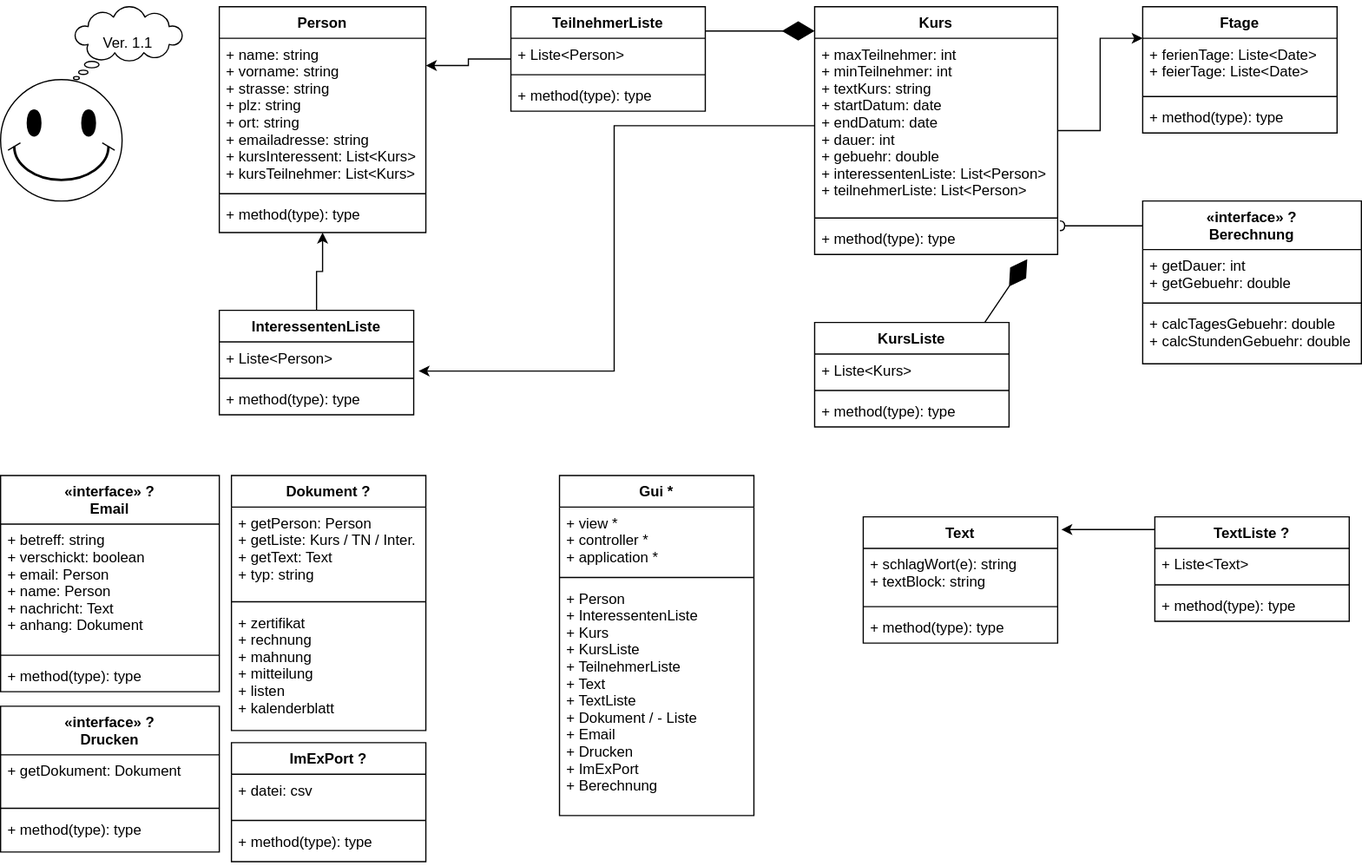
Before: doc/plan01.1.svg, a diagram exported from draw.io (ennouali2014/SWE-M07). Source tidied: cells renumbered, new cells last; positions are measured from the earlier drawing's top-left corner, leaving out a move shared by most shapes.
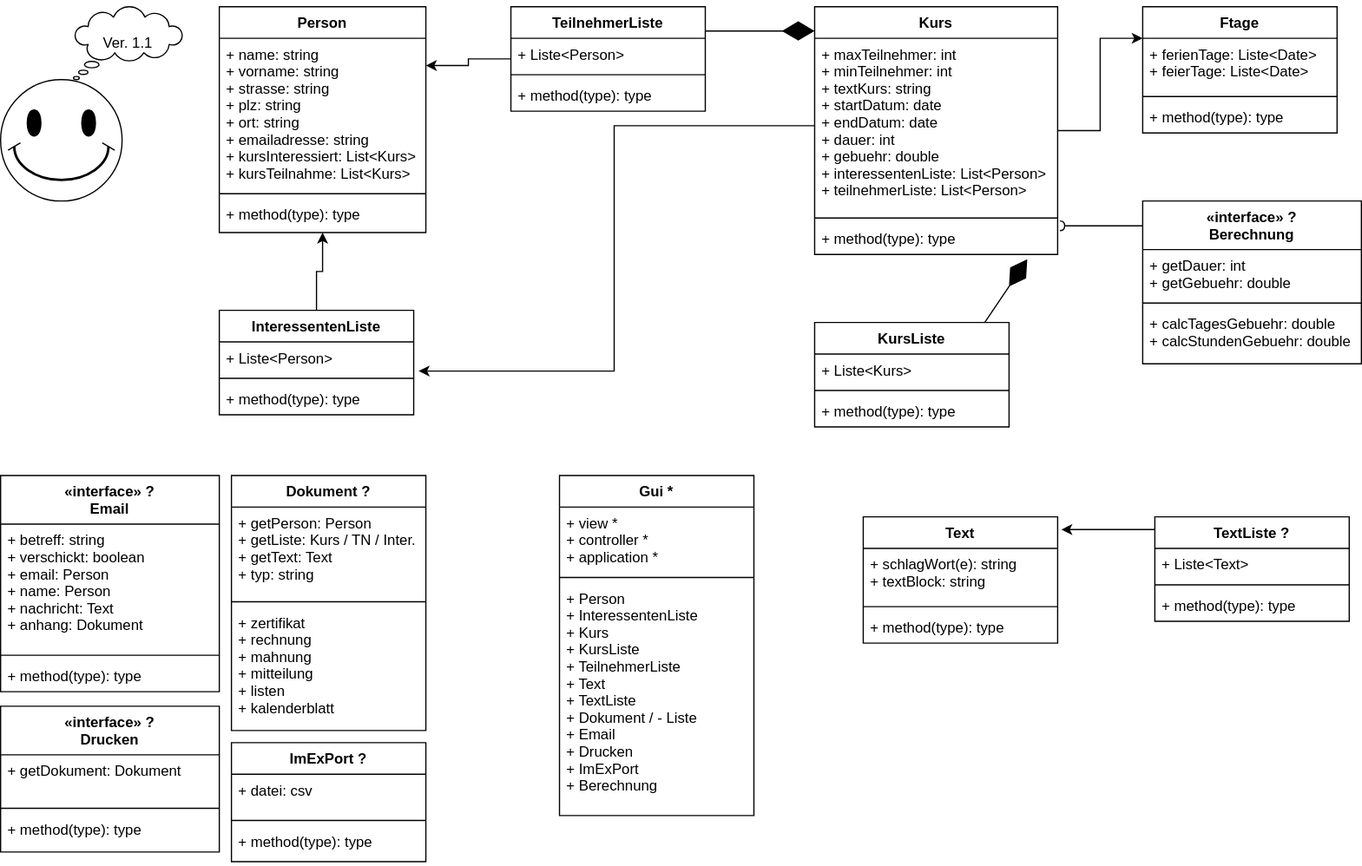
The same file after the commit.

Commit message:
Änderung Plan und update Person

Diff of the diagram source:
```diff
@@ -8,7 +8,7 @@
     <mxCell id="3" value="Person" style="swimlane;fontStyle=1;align=center;verticalAlign=top;horizontal=1;startSize=26;" parent="1" vertex="1">
       <mxGeometry x="180" width="170" height="186" as="geometry" />
     </mxCell>
-    <mxCell id="4" value="+ name: string&#10;+ vorname: string&#10;+ strasse: string&#10;+ plz: string&#10;+ ort: string&#10;+ emailadresse: string&#10;+ kursInteressent: List&lt;Kurs&gt;&#10;+ kursTeilnehmer: List&lt;Kurs&gt;" style="text;strokeColor=none;fillColor=none;align=left;verticalAlign=top;spacingLeft=4;spacingRight=4;overflow=hidden;points=[[0,0.5],[1,0.5]];portConstraint=eastwest;" parent="3" vertex="1">
+    <mxCell id="4" value="+ name: string&#10;+ vorname: string&#10;+ strasse: string&#10;+ plz: string&#10;+ ort: string&#10;+ emailadresse: string&#10;+ kursInteressiert: List&lt;Kurs&gt;&#10;+ kursTeilnahme: List&lt;Kurs&gt;" style="text;strokeColor=none;fillColor=none;align=left;verticalAlign=top;spacingLeft=4;spacingRight=4;overflow=hidden;points=[[0,0.5],[1,0.5]];portConstraint=eastwest;" parent="3" vertex="1">
       <mxGeometry y="26" width="170" height="124" as="geometry" />
     </mxCell>
     <mxCell id="5" style="line;strokeWidth=1;fillColor=none;align=left;verticalAlign=middle;spacingTop=-1;spacingLeft=3;spacingRight=3;labelPosition=right;" parent="3" vertex="1">
```
